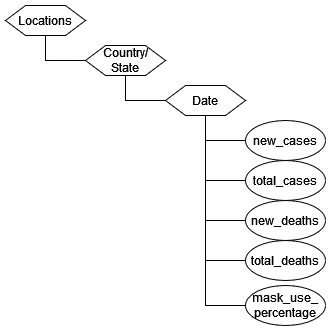
Earlier version of the draw.io export previa/assets/modelo-logico-hierarquico.png (vinidantas98/MC536-Trabalho-Final). Source tidied: cells renumbered, new cells last; positions are measured from the earlier drawing's top-left corner, leaving out a move shared by most shapes. The source it was exported from:
```xml
<mxGraphModel background="#ffffff">
  <root>
    <mxCell id="0" />
    <mxCell id="1" parent="0" />
    <mxCell id="2" value="Locations" style="shape=hexagon;perimeter=hexagonPerimeter2;whiteSpace=wrap;html=1;fixedSize=1;" parent="1" vertex="1">
      <mxGeometry width="80" height="30" as="geometry" />
    </mxCell>
    <mxCell id="3" value="&lt;div&gt;Country/&lt;/div&gt;&lt;div&gt;State&lt;br&gt;&lt;/div&gt;" style="shape=hexagon;perimeter=hexagonPerimeter2;whiteSpace=wrap;html=1;fixedSize=1;" parent="1" vertex="1">
      <mxGeometry x="80" y="40" width="80" height="30" as="geometry" />
    </mxCell>
    <mxCell id="4" value="Date" style="shape=hexagon;perimeter=hexagonPerimeter2;whiteSpace=wrap;html=1;fixedSize=1;" parent="1" vertex="1">
      <mxGeometry x="160" y="80" width="80" height="30" as="geometry" />
    </mxCell>
    <mxCell id="5" style="endArrow=none;html=1;rounded=0;exitX=0;exitY=0.5;exitDx=0;exitDy=0;" parent="1" edge="1" source="3" target="2">
      <mxGeometry relative="1" as="geometry">
        <Array as="points">
          <mxPoint x="40" y="55" />
        </Array>
      </mxGeometry>
    </mxCell>
    <mxCell id="6" style="endArrow=none;html=1;rounded=0;" parent="1" edge="1" source="4" target="3">
      <mxGeometry relative="1" as="geometry">
        <Array as="points">
          <mxPoint x="120" y="95" />
        </Array>
      </mxGeometry>
    </mxCell>
    <mxCell id="7" style="endArrow=none;html=1;rounded=0;" parent="1" edge="1" target="4">
      <mxGeometry relative="1" as="geometry">
        <mxPoint x="240" y="135" as="sourcePoint" />
        <Array as="points">
          <mxPoint x="200" y="135" />
        </Array>
      </mxGeometry>
    </mxCell>
    <mxCell id="8" style="endArrow=none;html=1;rounded=0;exitX=0;exitY=0.5;exitDx=0;exitDy=0;" parent="1" edge="1">
      <mxGeometry relative="1" as="geometry">
        <mxPoint x="240" y="175" as="sourcePoint" />
        <mxPoint x="200" y="130" as="targetPoint" />
        <Array as="points">
          <mxPoint x="200" y="175" />
        </Array>
      </mxGeometry>
    </mxCell>
    <mxCell id="9" style="endArrow=none;html=1;rounded=0;exitX=0;exitY=0.5;exitDx=0;exitDy=0;" parent="1" edge="1">
      <mxGeometry relative="1" as="geometry">
        <mxPoint x="240" y="215" as="sourcePoint" />
        <mxPoint x="200" y="170" as="targetPoint" />
        <Array as="points">
          <mxPoint x="200" y="215" />
        </Array>
      </mxGeometry>
    </mxCell>
    <mxCell id="10" style="endArrow=none;html=1;rounded=0;exitX=0;exitY=0.5;exitDx=0;exitDy=0;" parent="1" edge="1">
      <mxGeometry relative="1" as="geometry">
        <mxPoint x="240" y="255" as="sourcePoint" />
        <mxPoint x="200" y="210" as="targetPoint" />
        <Array as="points">
          <mxPoint x="200" y="255" />
        </Array>
      </mxGeometry>
    </mxCell>
    <mxCell id="11" style="endArrow=none;html=1;rounded=0;exitX=0;exitY=0.5;exitDx=0;exitDy=0;" parent="1" edge="1">
      <mxGeometry relative="1" as="geometry">
        <mxPoint x="240" y="300" as="sourcePoint" />
        <mxPoint x="200" y="250" as="targetPoint" />
        <Array as="points">
          <mxPoint x="200" y="300" />
        </Array>
      </mxGeometry>
    </mxCell>
    <mxCell id="12" value="new_deaths" style="ellipse;whiteSpace=wrap;html=1;" parent="1" vertex="1">
      <mxGeometry x="240" y="195" width="80" height="40" as="geometry" />
    </mxCell>
    <mxCell id="13" value="total_cases" style="ellipse;whiteSpace=wrap;html=1;" parent="1" vertex="1">
      <mxGeometry x="240" y="155" width="80" height="40" as="geometry" />
    </mxCell>
    <mxCell id="14" value="new_cases" style="ellipse;whiteSpace=wrap;html=1;" parent="1" vertex="1">
      <mxGeometry x="240" y="115" width="80" height="40" as="geometry" />
    </mxCell>
    <mxCell id="15" value="total_deaths" style="ellipse;whiteSpace=wrap;html=1;" parent="1" vertex="1">
      <mxGeometry x="240" y="235" width="80" height="40" as="geometry" />
    </mxCell>
    <mxCell id="16" value="&lt;div&gt;mask_use_&lt;/div&gt;&lt;div&gt;percentage&lt;/div&gt;" style="ellipse;whiteSpace=wrap;html=1;" parent="1" vertex="1">
      <mxGeometry x="240" y="280" width="80" height="40" as="geometry" />
    </mxCell>
  </root>
</mxGraphModel>
```
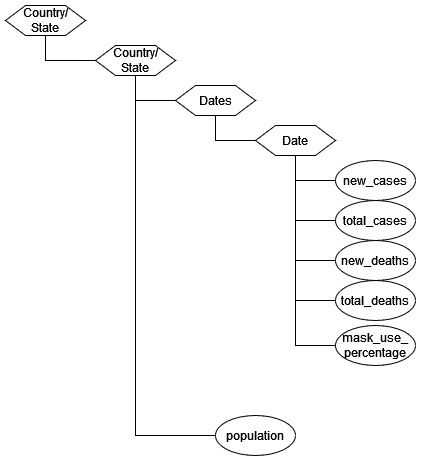
The same file after the commit.

Commit message:
[UPD] Trocando imagem do modelo lógico

Change to the diagram source:
```diff
@@ -2,10 +2,10 @@
   <root>
     <mxCell id="0" />
     <mxCell id="1" parent="0" />
-    <mxCell id="2" value="Locations" style="shape=hexagon;perimeter=hexagonPerimeter2;whiteSpace=wrap;html=1;fixedSize=1;" parent="1" vertex="1">
+    <mxCell id="2" value="&lt;div&gt;Country/&lt;/div&gt;&lt;div&gt;State&lt;/div&gt;" style="shape=hexagon;perimeter=hexagonPerimeter2;whiteSpace=wrap;html=1;fixedSize=1;" parent="1" vertex="1">
       <mxGeometry width="80" height="30" as="geometry" />
     </mxCell>
-    <mxCell id="3" value="&lt;div&gt;Country/&lt;/div&gt;&lt;div&gt;State&lt;br&gt;&lt;/div&gt;" style="shape=hexagon;perimeter=hexagonPerimeter2;whiteSpace=wrap;html=1;fixedSize=1;" parent="1" vertex="1">
+    <mxCell id="3" value="Dates" style="shape=hexagon;perimeter=hexagonPerimeter2;whiteSpace=wrap;html=1;fixedSize=1;" parent="1" vertex="1">
       <mxGeometry x="80" y="40" width="80" height="30" as="geometry" />
     </mxCell>
     <mxCell id="4" value="Date" style="shape=hexagon;perimeter=hexagonPerimeter2;whiteSpace=wrap;html=1;fixedSize=1;" parent="1" vertex="1">
@@ -84,5 +84,27 @@
     <mxCell id="16" value="&lt;div&gt;mask_use_&lt;/div&gt;&lt;div&gt;percentage&lt;/div&gt;" style="ellipse;whiteSpace=wrap;html=1;" parent="1" vertex="1">
       <mxGeometry x="240" y="280" width="80" height="40" as="geometry" />
     </mxCell>
+    <mxCell id="17" style="endArrow=none;html=1;rounded=0;" parent="1" edge="1">
+      <mxGeometry relative="1" as="geometry">
+        <mxPoint x="120" y="390" as="sourcePoint" />
+        <mxPoint x="40" y="50" as="targetPoint" />
+        <Array as="points">
+          <mxPoint x="40" y="390" />
+        </Array>
+      </mxGeometry>
+    </mxCell>
+    <mxCell id="18" value="population" style="ellipse;whiteSpace=wrap;html=1;" parent="1" vertex="1">
+      <mxGeometry x="120" y="370" width="80" height="40" as="geometry" />
+    </mxCell>
+    <mxCell id="19" value="&lt;div&gt;Country/&lt;/div&gt;&lt;div&gt;State&lt;/div&gt;" style="shape=hexagon;perimeter=hexagonPerimeter2;whiteSpace=wrap;html=1;fixedSize=1;" parent="1" vertex="1">
+      <mxGeometry x="-90" y="-40" width="80" height="30" as="geometry" />
+    </mxCell>
+    <mxCell id="20" style="endArrow=none;html=1;rounded=0;exitX=0.5;exitY=1;exitDx=0;exitDy=0;entryX=0;entryY=0.5;entryDx=0;entryDy=0;" parent="1" edge="1" source="19" target="2">
+      <mxGeometry relative="1" as="geometry">
+        <Array as="points">
+          <mxPoint x="-50" y="15" />
+        </Array>
+      </mxGeometry>
+    </mxCell>
   </root>
 </mxGraphModel>
```
